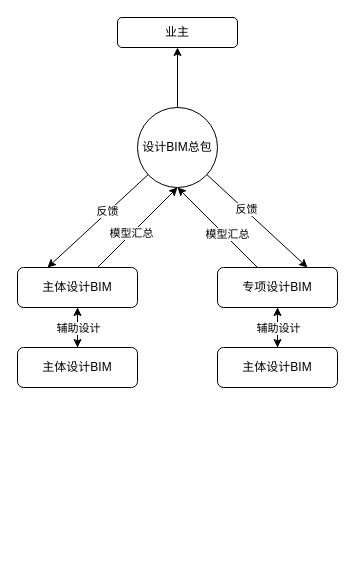
Earlier version of the draw.io diagram BIM总包.drawio (gaochaowyq/MinderGraph). Source tidied: cells renumbered, new cells numbered last; positions are measured from the earlier drawing's top-left corner, leaving out a move shared by most shapes. Both pictures are drawn from the tidied source at 100%, with x=0, y=0 at pixel (17, 17).
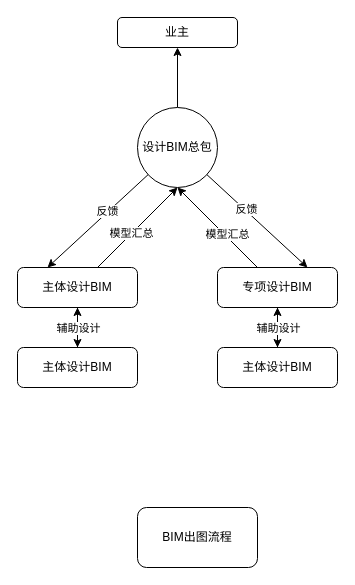
After the change.

The edit, as a diff of the source:
```diff
@@
+    <mxCell id="23" value="BIM出图流程" style="rounded=1;whiteSpace=wrap;html=1;" parent="1" vertex="1">
+      <mxGeometry x="120" y="490" width="120" height="60" as="geometry" />
+    </mxCell>
```
